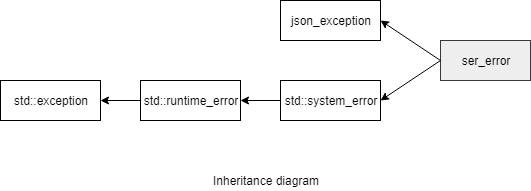
danielaparker/jsoncons keeps this draw.io diagram as doc/ref/diagrams/ser_error.png. Above is the earlier version. Source tidied: cells renumbered, new cells last; positions are measured from the earlier drawing's top-left corner, leaving out a move shared by most shapes. The source it was exported from:
```xml
<mxGraphModel>
  <root>
    <mxCell id="0" />
    <mxCell id="1" parent="0" />
    <mxCell id="2" value="std::exception" style="rounded=0;whiteSpace=wrap;html=1;" parent="1" vertex="1">
      <mxGeometry y="80" width="100" height="40" as="geometry" />
    </mxCell>
    <mxCell id="3" value="std::runtime_error" style="rounded=0;whiteSpace=wrap;html=1;" parent="1" vertex="1">
      <mxGeometry x="140" y="80" width="100" height="40" as="geometry" />
    </mxCell>
    <mxCell id="4" style="endArrow=classic;html=1;exitX=0;exitY=0.5;exitDx=0;exitDy=0;entryX=1;entryY=0.5;entryDx=0;entryDy=0;" parent="1" edge="1" source="3" target="2">
      <mxGeometry relative="1" as="geometry" />
    </mxCell>
    <mxCell id="5" value="std::system_error" style="rounded=0;whiteSpace=wrap;html=1;" parent="1" vertex="1">
      <mxGeometry x="280" y="80" width="100" height="40" as="geometry" />
    </mxCell>
    <mxCell id="6" style="endArrow=classic;html=1;exitX=0;exitY=0.5;exitDx=0;exitDy=0;entryX=1;entryY=0.5;entryDx=0;entryDy=0;" parent="1" edge="1" source="5" target="3">
      <mxGeometry relative="1" as="geometry" />
    </mxCell>
    <mxCell id="7" value="ser_error" style="rounded=0;whiteSpace=wrap;html=1;fillColor=#eeeeee;strokeColor=#36393d;" parent="1" vertex="1">
      <mxGeometry x="440" y="40" width="90" height="40" as="geometry" />
    </mxCell>
    <mxCell id="8" value="json_exception" style="rounded=0;whiteSpace=wrap;html=1;" parent="1" vertex="1">
      <mxGeometry x="280" width="100" height="40" as="geometry" />
    </mxCell>
    <mxCell id="9" style="endArrow=classic;html=1;exitX=0;exitY=0.5;exitDx=0;exitDy=0;entryX=1;entryY=0.5;entryDx=0;entryDy=0;" parent="1" edge="1" source="7" target="8">
      <mxGeometry relative="1" as="geometry" />
    </mxCell>
    <mxCell id="10" style="endArrow=classic;html=1;exitX=0;exitY=0.5;exitDx=0;exitDy=0;entryX=1;entryY=0.5;entryDx=0;entryDy=0;" parent="1" edge="1" source="7" target="5">
      <mxGeometry relative="1" as="geometry" />
    </mxCell>
    <mxCell id="11" value="Inheritance diagram" style="text;html=1;strokeColor=none;fillColor=none;align=center;verticalAlign=middle;whiteSpace=wrap;rounded=0;" parent="1" vertex="1">
      <mxGeometry x="200" y="170" width="130" height="20" as="geometry" />
    </mxCell>
  </root>
</mxGraphModel>
```
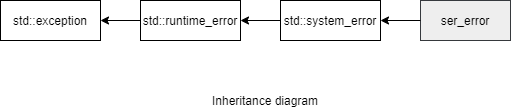
The same diagram one commit later.

The edit, as a diff of the source:
```diff
@@ -18,14 +18,8 @@
       <mxGeometry relative="1" as="geometry" />
     </mxCell>
     <mxCell id="7" value="ser_error" style="rounded=0;whiteSpace=wrap;html=1;fillColor=#eeeeee;strokeColor=#36393d;" parent="1" vertex="1">
-      <mxGeometry x="440" y="40" width="90" height="40" as="geometry" />
+      <mxGeometry x="420" y="80" width="90" height="40" as="geometry" />
     </mxCell>
-    <mxCell id="8" value="json_exception" style="rounded=0;whiteSpace=wrap;html=1;" parent="1" vertex="1">
-      <mxGeometry x="280" width="100" height="40" as="geometry" />
-    </mxCell>
-    <mxCell id="9" style="endArrow=classic;html=1;exitX=0;exitY=0.5;exitDx=0;exitDy=0;entryX=1;entryY=0.5;entryDx=0;entryDy=0;" parent="1" edge="1" source="7" target="8">
-      <mxGeometry relative="1" as="geometry" />
-    </mxCell>
     <mxCell id="10" style="endArrow=classic;html=1;exitX=0;exitY=0.5;exitDx=0;exitDy=0;entryX=1;entryY=0.5;entryDx=0;entryDy=0;" parent="1" edge="1" source="7" target="5">
       <mxGeometry relative="1" as="geometry" />
     </mxCell>
```
